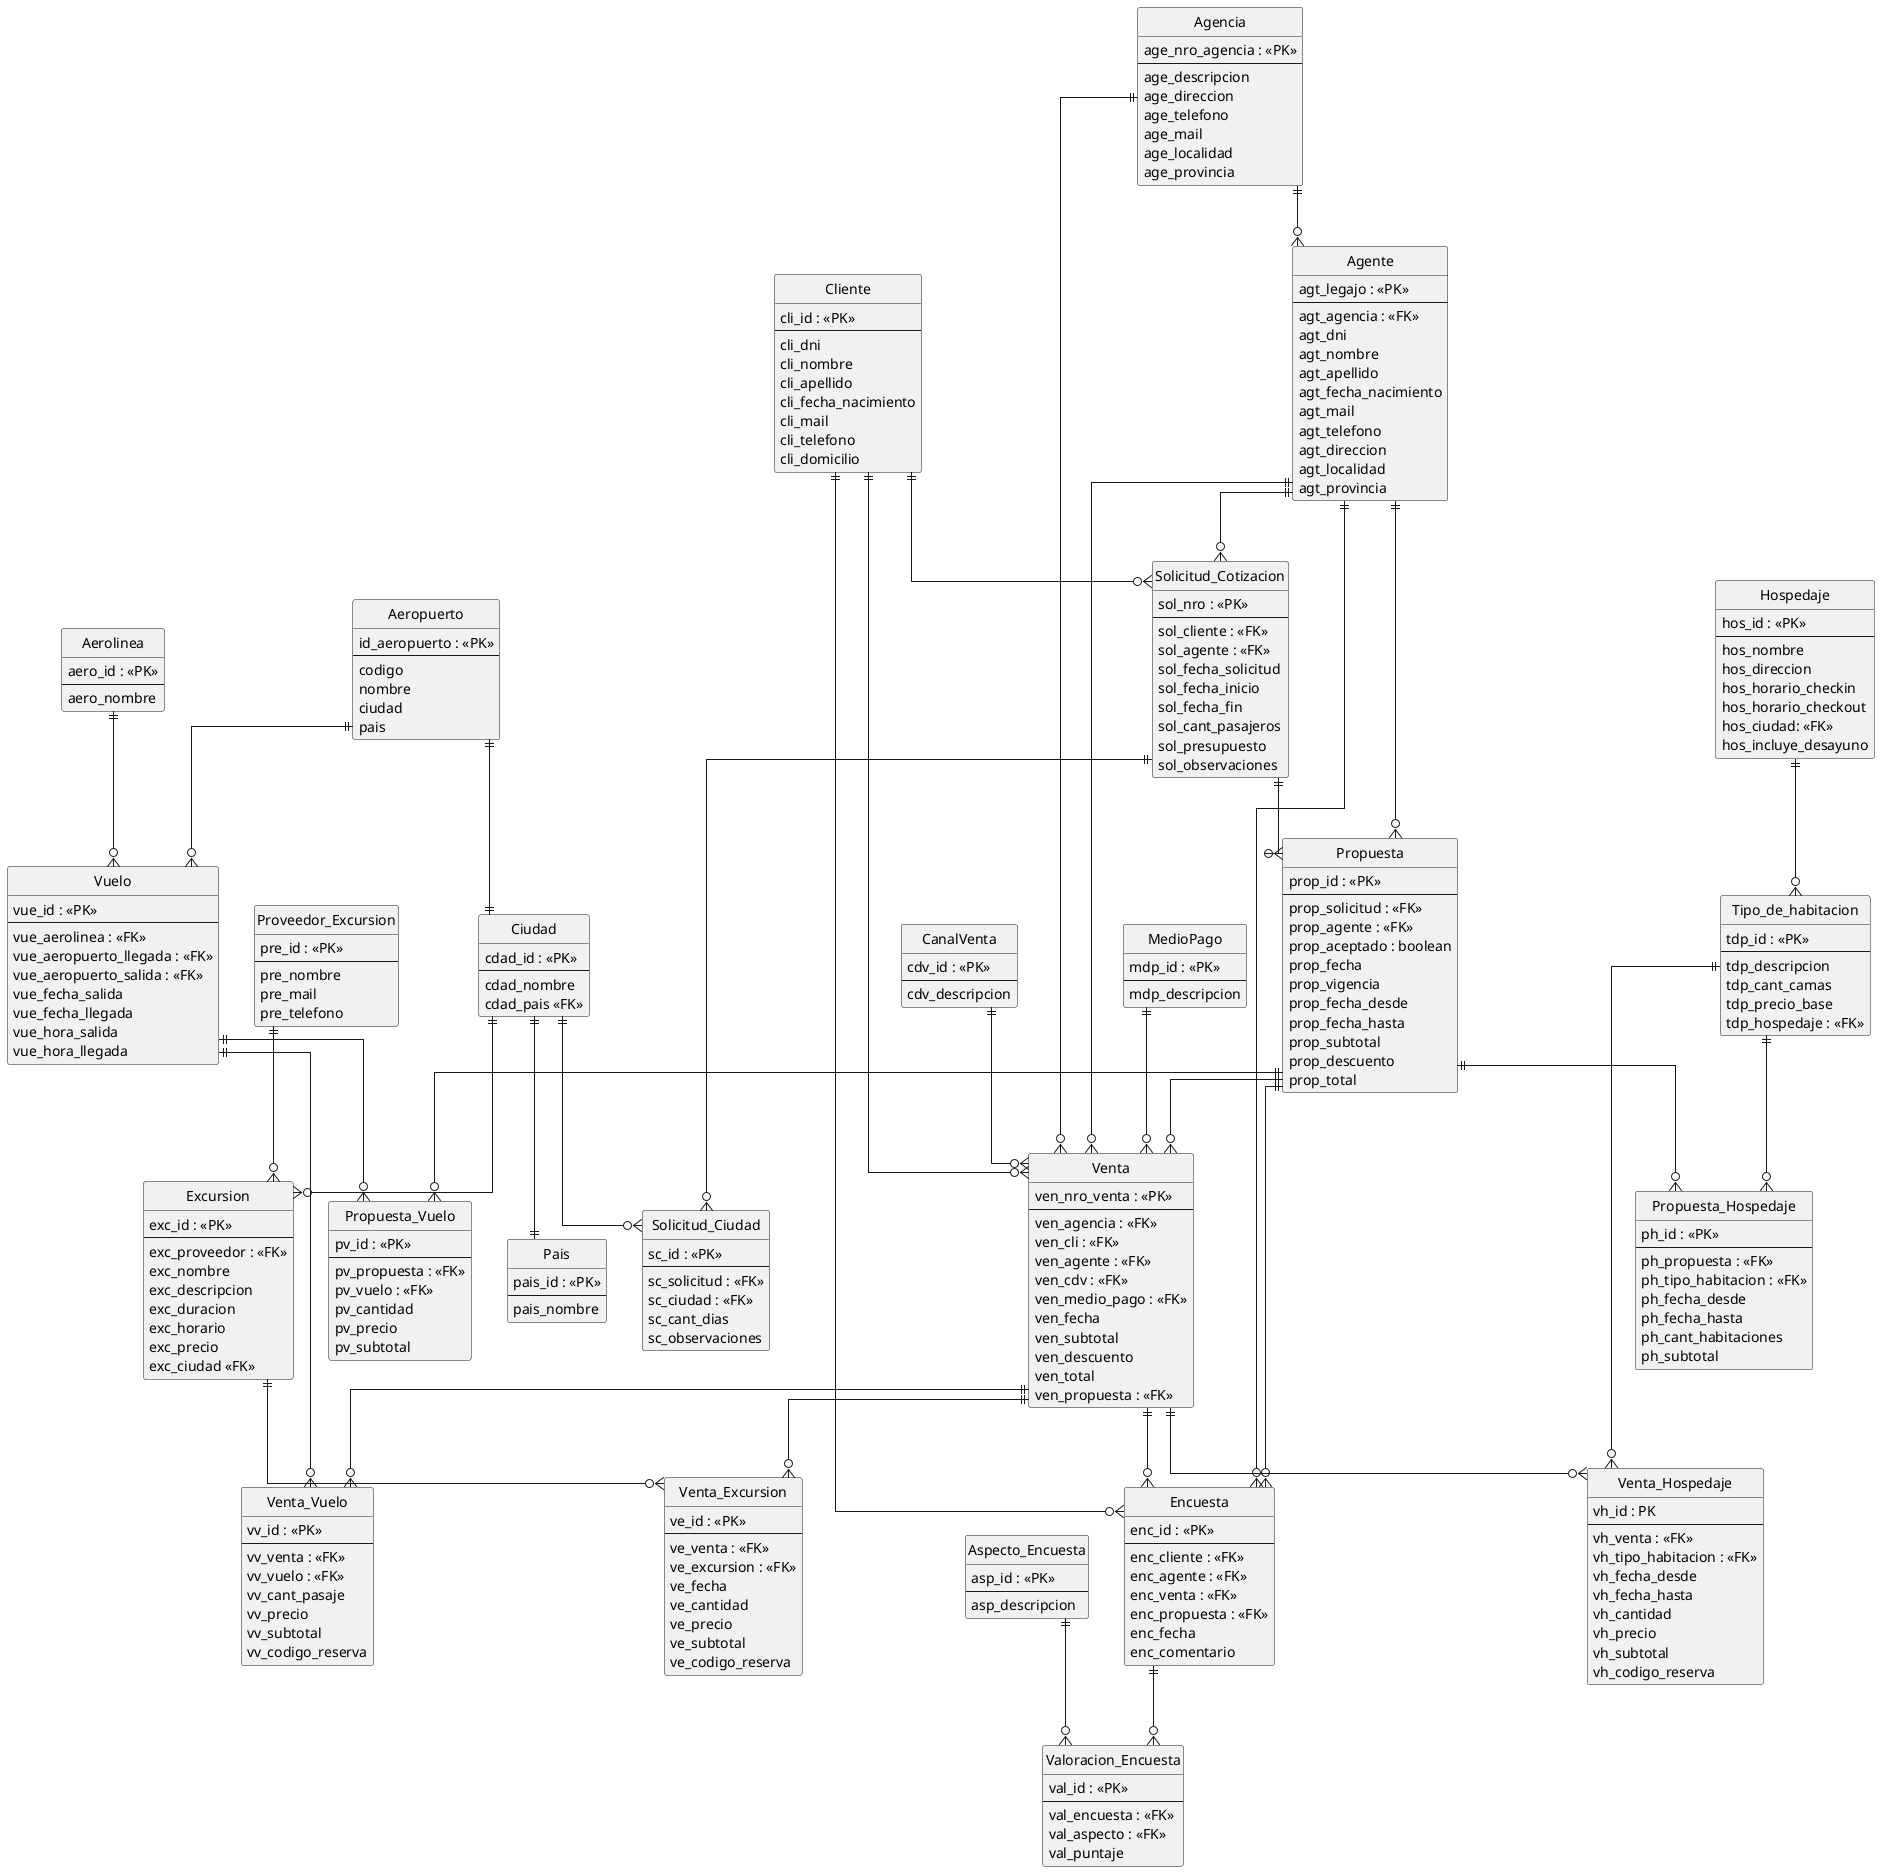
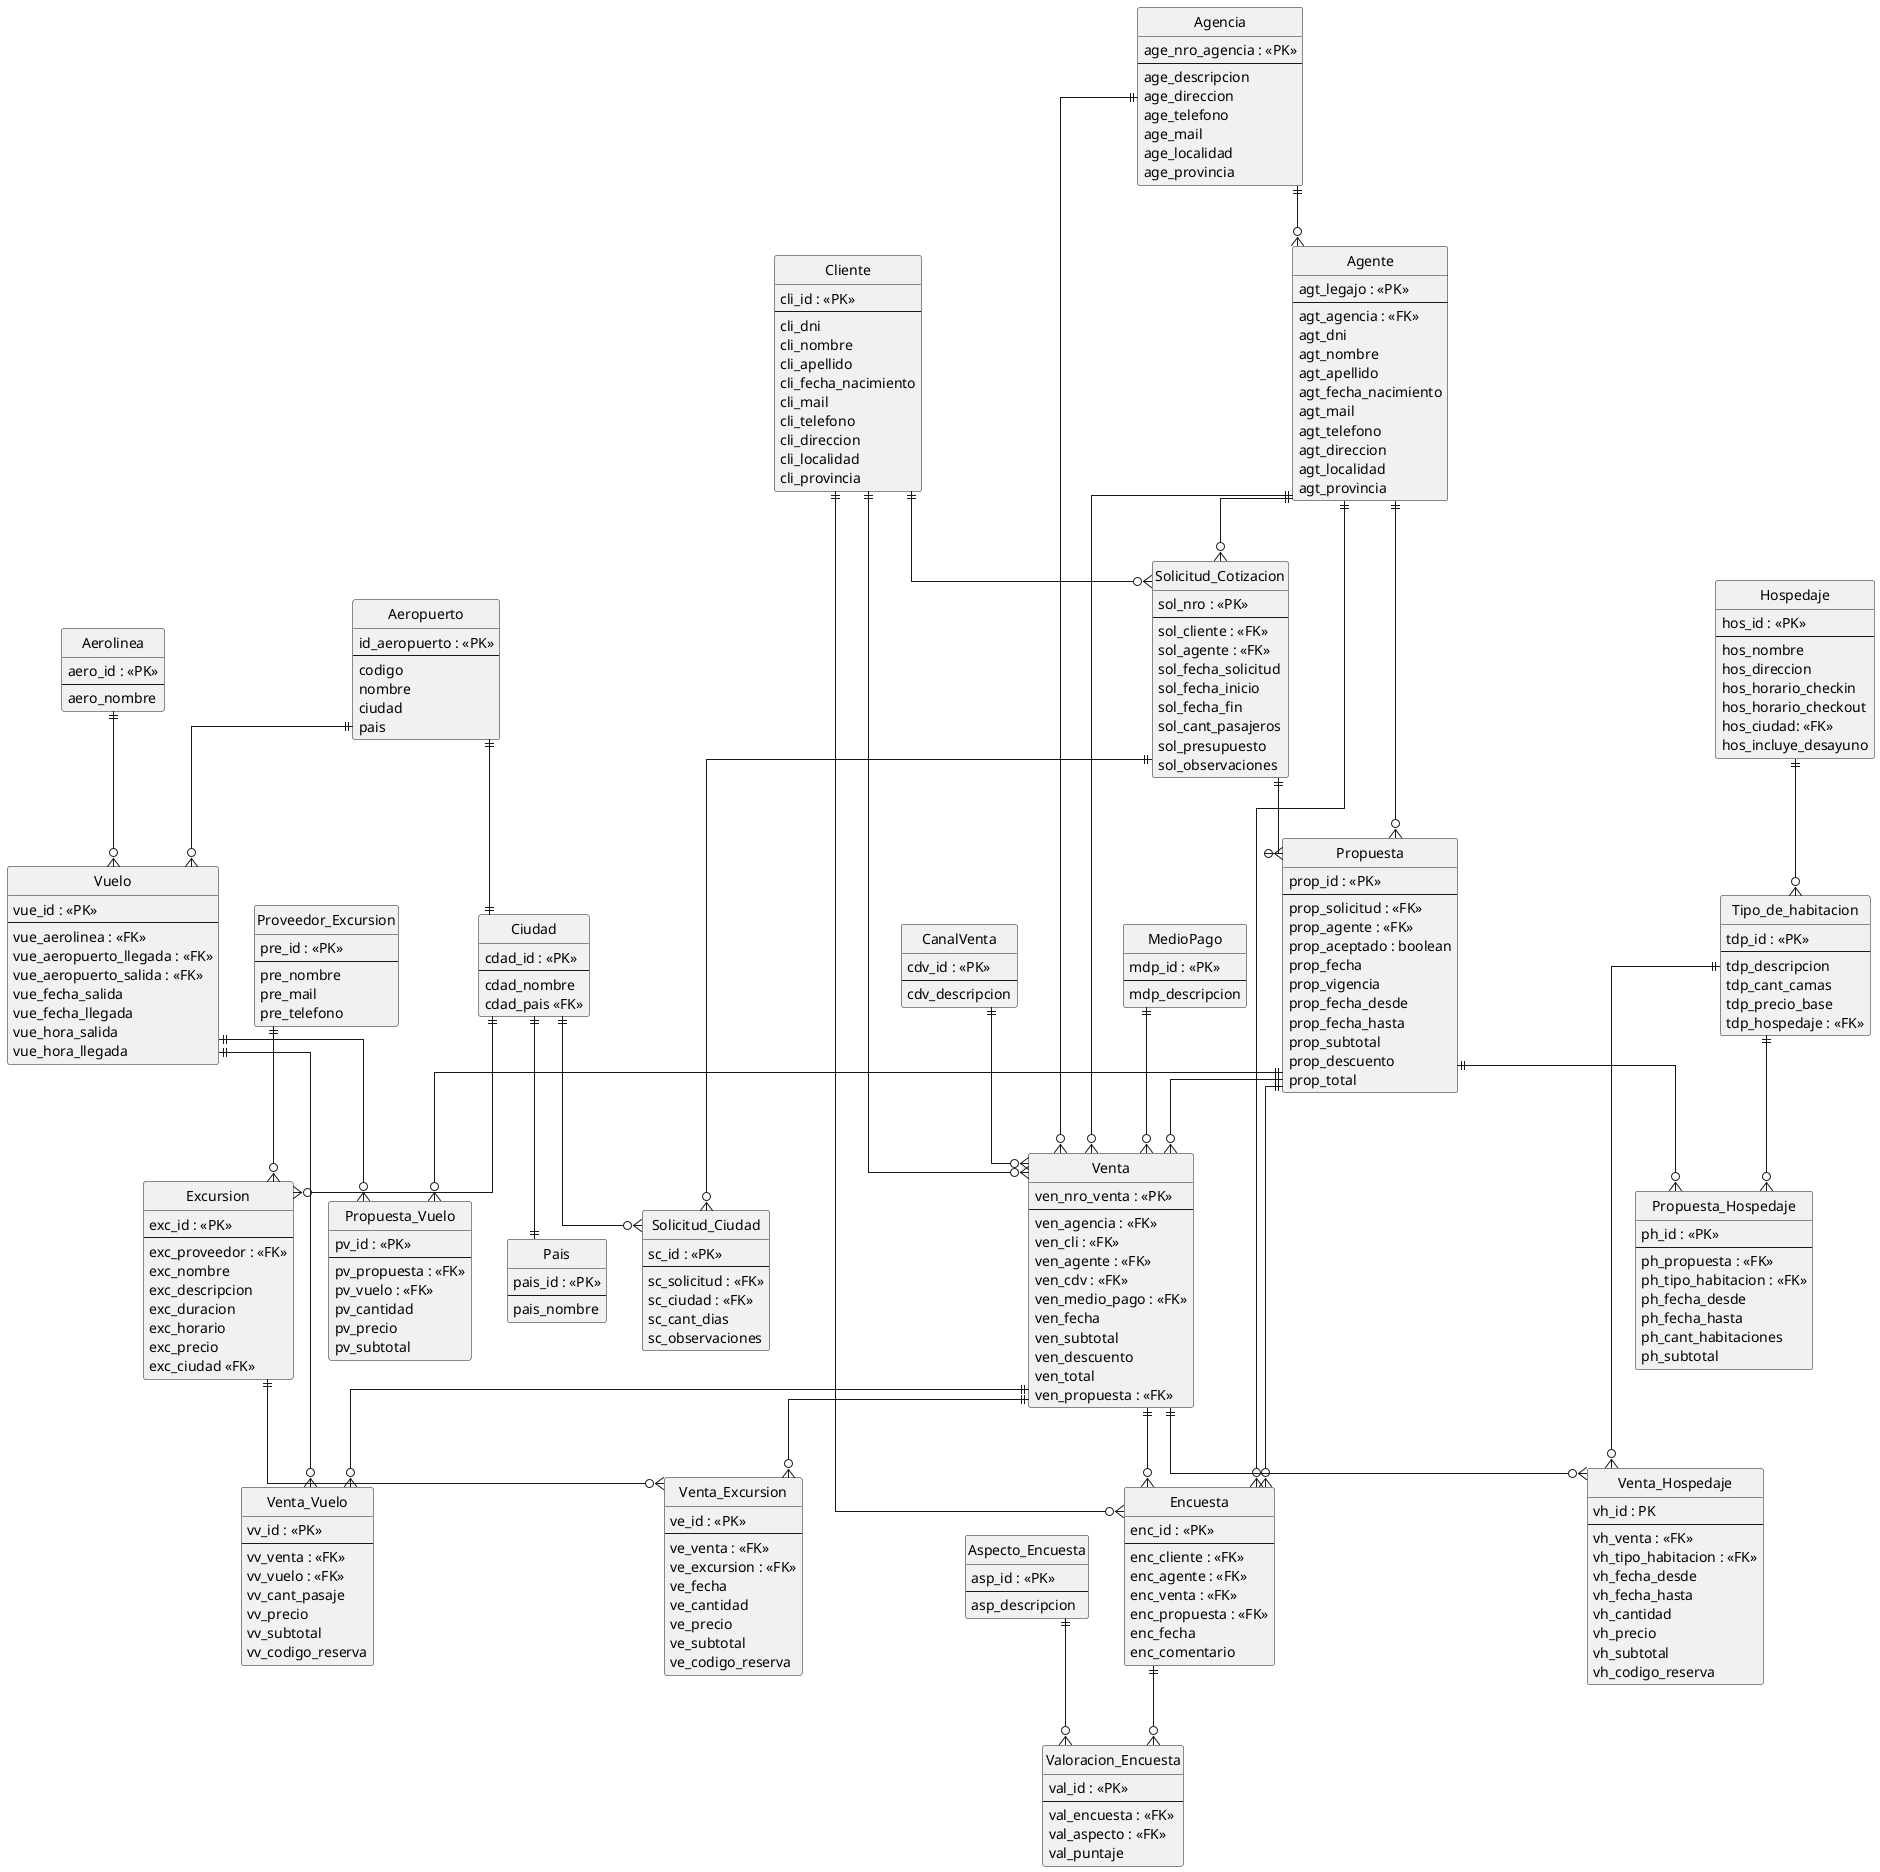
@startuml
hide circle
skinparam linetype ortho

entity Agencia {
  age_nro_agencia : <<PK>>
  --
  age_descripcion
  age_direccion
  age_telefono
  age_mail
  age_localidad
  age_provincia
}

entity Cliente {
  cli_id : <<PK>>
  --
  cli_dni
  cli_nombre
  cli_apellido
  cli_fecha_nacimiento
  cli_mail
  cli_telefono
-   cli_domicilio
+   cli_direccion
+   cli_localidad
+   cli_provincia
}

entity Agente {
  agt_legajo : <<PK>>
  --
  agt_agencia : <<FK>>
  agt_dni
  agt_nombre
  agt_apellido
  agt_fecha_nacimiento
  agt_mail
  agt_telefono
  agt_direccion
  agt_localidad
  agt_provincia
}

entity CanalVenta {
  cdv_id : <<PK>>
  --
  cdv_descripcion
}

entity MedioPago {
  mdp_id : <<PK>>
  --
  mdp_descripcion
}

entity Ciudad {
  cdad_id : <<PK>>
  --
  cdad_nombre
  cdad_pais <<FK>>
}

entity Pais {
  pais_id : <<PK>>
  --
  pais_nombre
}

entity Aerolinea {
  aero_id : <<PK>>
  --
  aero_nombre
}

entity Aeropuerto {
  id_aeropuerto : <<PK>>
  --
  codigo
  nombre
  ciudad
  pais
}

entity Vuelo {
  vue_id : <<PK>>
  --
  vue_aerolinea : <<FK>>
  vue_aeropuerto_llegada : <<FK>>
  vue_aeropuerto_salida : <<FK>>
  vue_fecha_salida
  vue_fecha_llegada
  vue_hora_salida
  vue_hora_llegada
}

entity Hospedaje {
  hos_id : <<PK>>
  --
  hos_nombre
  hos_direccion
  hos_horario_checkin
  hos_horario_checkout
  hos_ciudad: <<FK>>
  hos_incluye_desayuno
}

entity Tipo_de_habitacion {
  tdp_id : <<PK>>
  --
  tdp_descripcion
  tdp_cant_camas
  tdp_precio_base
  tdp_hospedaje : <<FK>>
}

entity Proveedor_Excursion {
  pre_id : <<PK>>
  --
  pre_nombre
  pre_mail
  pre_telefono
}

entity Excursion {
  exc_id : <<PK>>
  --
  exc_proveedor : <<FK>>
  exc_nombre
  exc_descripcion
  exc_duracion
  exc_horario
  exc_precio
  exc_ciudad <<FK>>
}

entity Venta {
  ven_nro_venta : <<PK>>
  --
  ven_agencia : <<FK>>
  ven_cli : <<FK>>
  ven_agente : <<FK>>
  ven_cdv : <<FK>>
  ven_medio_pago : <<FK>>
  ven_fecha
  ven_subtotal
  ven_descuento
  ven_total
  ven_propuesta : <<FK>>
}

entity Venta_Vuelo {
  vv_id : <<PK>>
  --
  vv_venta : <<FK>>
  vv_vuelo : <<FK>>
  vv_cant_pasaje
  vv_precio
  vv_subtotal
  vv_codigo_reserva
}

entity Venta_Hospedaje {
  vh_id : PK
  --
  vh_venta : <<FK>>
  vh_tipo_habitacion : <<FK>>
  vh_fecha_desde
  vh_fecha_hasta
  vh_cantidad
  vh_precio
  vh_subtotal
  vh_codigo_reserva
}

entity Venta_Excursion {
  ve_id : <<PK>>
  --
  ve_venta : <<FK>>
  ve_excursion : <<FK>>
  ve_fecha
  ve_cantidad
  ve_precio
  ve_subtotal
  ve_codigo_reserva
}

entity Solicitud_Cotizacion {
  sol_nro : <<PK>>
  --
  sol_cliente : <<FK>>
  sol_agente : <<FK>>
  sol_fecha_solicitud
  sol_fecha_inicio
  sol_fecha_fin
  sol_cant_pasajeros
  sol_presupuesto
  sol_observaciones
}

entity Solicitud_Ciudad {
  sc_id : <<PK>>
  --
  sc_solicitud : <<FK>>
  sc_ciudad : <<FK>>
  sc_cant_dias
  sc_observaciones
}

entity Propuesta {
  prop_id : <<PK>>
  --
  prop_solicitud : <<FK>>
  prop_agente : <<FK>>
  prop_aceptado : boolean
  prop_fecha
  prop_vigencia
  prop_fecha_desde
  prop_fecha_hasta
  prop_subtotal
  prop_descuento
  prop_total
}

entity Propuesta_Vuelo {
  pv_id : <<PK>>
  --
  pv_propuesta : <<FK>>
  pv_vuelo : <<FK>>
  pv_cantidad
  pv_precio
  pv_subtotal
}

entity Propuesta_Hospedaje {
  ph_id : <<PK>>
  --
  ph_propuesta : <<FK>>
  ph_tipo_habitacion : <<FK>>
  ph_fecha_desde
  ph_fecha_hasta
  ph_cant_habitaciones
  ph_subtotal
}

entity Encuesta {
  enc_id : <<PK>>
  --
  enc_cliente : <<FK>>
  enc_agente : <<FK>>
  enc_venta : <<FK>>
  enc_propuesta : <<FK>>
  enc_fecha
  enc_comentario
}

entity Aspecto_Encuesta {
  asp_id : <<PK>>
  --
  asp_descripcion
}

entity Valoracion_Encuesta {
  val_id : <<PK>>
  --
  val_encuesta : <<FK>>
  val_aspecto : <<FK>>
  val_puntaje
}

Agencia ||--o{ Agente
Agencia ||--o{ Venta

Cliente ||--o{ Venta
Cliente ||--o{ Solicitud_Cotizacion
Cliente ||--o{ Encuesta

Agente ||--o{ Venta
Agente ||--o{ Solicitud_Cotizacion
Agente ||--o{ Propuesta
Agente ||--o{ Encuesta

CanalVenta ||--o{ Venta
MedioPago ||--o{ Venta

Aerolinea ||--o{ Vuelo
Aeropuerto ||--o{ Vuelo
Aeropuerto ||--|| Ciudad

Hospedaje ||--o{ Tipo_de_habitacion

Proveedor_Excursion ||--o{ Excursion

Venta ||--o{ Venta_Vuelo
Venta ||--o{ Venta_Hospedaje
Venta ||--o{ Venta_Excursion

Vuelo ||--o{ Venta_Vuelo
Tipo_de_habitacion ||--o{ Venta_Hospedaje
Excursion ||--o{ Venta_Excursion
Ciudad ||--o{ Excursion

Solicitud_Cotizacion ||--o{ Solicitud_Ciudad
Solicitud_Cotizacion ||--o{ Propuesta

Ciudad ||--o{ Solicitud_Ciudad

Propuesta ||--o{ Propuesta_Vuelo
Propuesta ||--o{ Propuesta_Hospedaje

Vuelo ||--o{ Propuesta_Vuelo
Tipo_de_habitacion ||--o{ Propuesta_Hospedaje

Propuesta ||--o{ Venta

Encuesta ||--o{ Valoracion_Encuesta
Aspecto_Encuesta ||--o{ Valoracion_Encuesta

Venta ||--o{ Encuesta
Propuesta ||--o{ Encuesta

Ciudad ||--|| Pais

@enduml
